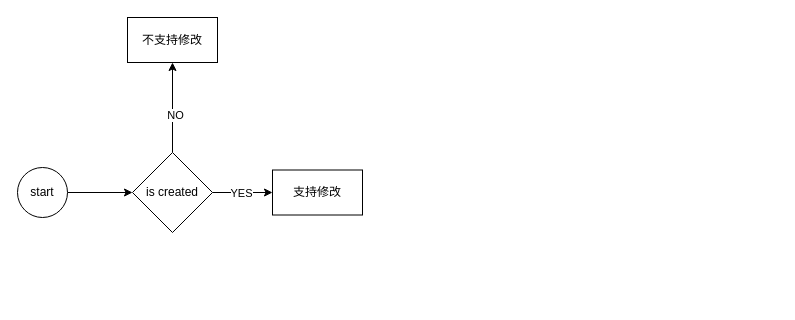
Earlier version of the draw.io diagram 未命名绘图.drawio (SherrySnow233/SherrySnow). Source tidied: cells renumbered, new cells numbered last; positions are measured from the earlier drawing's top-left corner, leaving out a move shared by most shapes. Both pictures are drawn from the tidied source at 100%, with x=0, y=0 at pixel (17, 17).
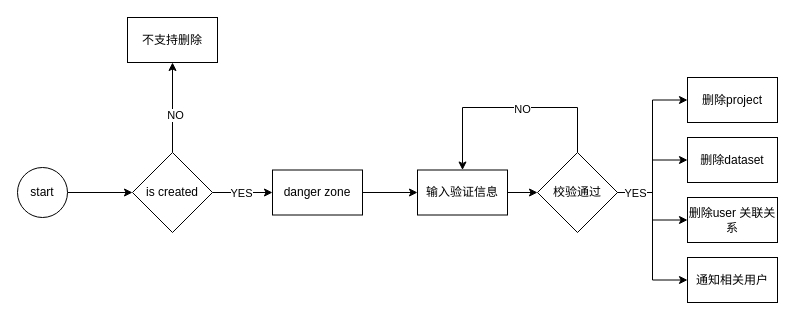
Above is the later version.

Commit message:
更新未命名绘图.drawio

Diff of the diagram source:
```diff
@@
-    <mxCell id="9" value="不支持修改" style="whiteSpace=wrap;html=1;" parent="1" vertex="1">
+    <mxCell id="9" value="不支持删除" style="whiteSpace=wrap;html=1;" parent="1" vertex="1">
       <mxGeometry x="110" width="90" height="45" as="geometry" />
     </mxCell>
+    <mxCell id="11" style="edgeStyle=orthogonalEdgeStyle;rounded=0;jettySize=auto;html=1;" parent="1" edge="1" source="10" target="24">
+      <mxGeometry relative="1" as="geometry" />
+    </mxCell>
-    <mxCell id="10" value="支持修改" style="whiteSpace=wrap;html=1;" parent="1" vertex="1">
+    <mxCell id="10" value="danger zone" style="whiteSpace=wrap;html=1;" parent="1" vertex="1">
       <mxGeometry x="255" y="152.5" width="90" height="45" as="geometry" />
     </mxCell>
+    <mxCell id="12" style="edgeStyle=orthogonalEdgeStyle;rounded=0;jettySize=auto;html=1;entryX=0;entryY=0.5;entryDx=0;entryDy=0;" parent="1" edge="1" source="19" target="20">
+      <mxGeometry relative="1" as="geometry" />
+    </mxCell>
+    <mxCell id="13" style="edgeStyle=orthogonalEdgeStyle;rounded=0;jettySize=auto;html=1;entryX=0.5;entryY=0;entryDx=0;entryDy=0;" parent="1" edge="1" source="19" target="24">
+      <mxGeometry relative="1" as="geometry">
+        <Array as="points">
+          <mxPoint x="560" y="90" />
+          <mxPoint x="445" y="90" />
+        </Array>
+      </mxGeometry>
+    </mxCell>
+    <mxCell id="14" value="NO" style="edgeLabel;html=1;align=center;verticalAlign=middle;" parent="13" vertex="1">
+      <mxGeometry x="-0.09" y="1" relative="1" as="geometry" />
+    </mxCell>
+    <mxCell id="15" style="edgeStyle=orthogonalEdgeStyle;rounded=0;jettySize=auto;html=1;entryX=0;entryY=0.5;entryDx=0;entryDy=0;" parent="1" edge="1" source="19" target="21">
+      <mxGeometry relative="1" as="geometry" />
+    </mxCell>
+    <mxCell id="16" style="edgeStyle=orthogonalEdgeStyle;rounded=0;jettySize=auto;html=1;entryX=0;entryY=0.5;entryDx=0;entryDy=0;" parent="1" edge="1" source="19" target="22">
+      <mxGeometry relative="1" as="geometry" />
+    </mxCell>
+    <mxCell id="17" style="edgeStyle=orthogonalEdgeStyle;rounded=0;jettySize=auto;html=1;entryX=0;entryY=0.5;entryDx=0;entryDy=0;" parent="1" edge="1" source="19" target="25">
+      <mxGeometry relative="1" as="geometry" />
+    </mxCell>
+    <mxCell id="18" value="YES" style="edgeLabel;html=1;align=center;verticalAlign=middle;" parent="17" vertex="1">
+      <mxGeometry x="-0.79" relative="1" as="geometry" />
+    </mxCell>
+    <mxCell id="19" value="校验通过" style="rhombus;whiteSpace=wrap;html=1;" parent="1" vertex="1">
+      <mxGeometry x="520" y="135" width="80" height="80" as="geometry" />
+    </mxCell>
+    <mxCell id="20" value="删除project" style="rounded=0;whiteSpace=wrap;html=1;" parent="1" vertex="1">
+      <mxGeometry x="670" y="60" width="90" height="45" as="geometry" />
+    </mxCell>
+    <mxCell id="21" value="删除dataset" style="rounded=0;whiteSpace=wrap;html=1;" parent="1" vertex="1">
+      <mxGeometry x="670" y="120" width="90" height="45" as="geometry" />
+    </mxCell>
+    <mxCell id="22" value="删除user 关联关系" style="rounded=0;whiteSpace=wrap;html=1;" parent="1" vertex="1">
+      <mxGeometry x="670" y="180" width="90" height="45" as="geometry" />
+    </mxCell>
+    <mxCell id="23" style="edgeStyle=orthogonalEdgeStyle;rounded=0;jettySize=auto;html=1;" parent="1" edge="1" source="24" target="19">
+      <mxGeometry relative="1" as="geometry" />
+    </mxCell>
+    <mxCell id="24" value="输入验证信息" style="whiteSpace=wrap;html=1;" parent="1" vertex="1">
+      <mxGeometry x="400" y="152.5" width="90" height="45" as="geometry" />
+    </mxCell>
+    <mxCell id="25" value="通知相关用户" style="rounded=0;whiteSpace=wrap;html=1;" parent="1" vertex="1">
+      <mxGeometry x="670" y="240" width="90" height="45" as="geometry" />
+    </mxCell>
```
